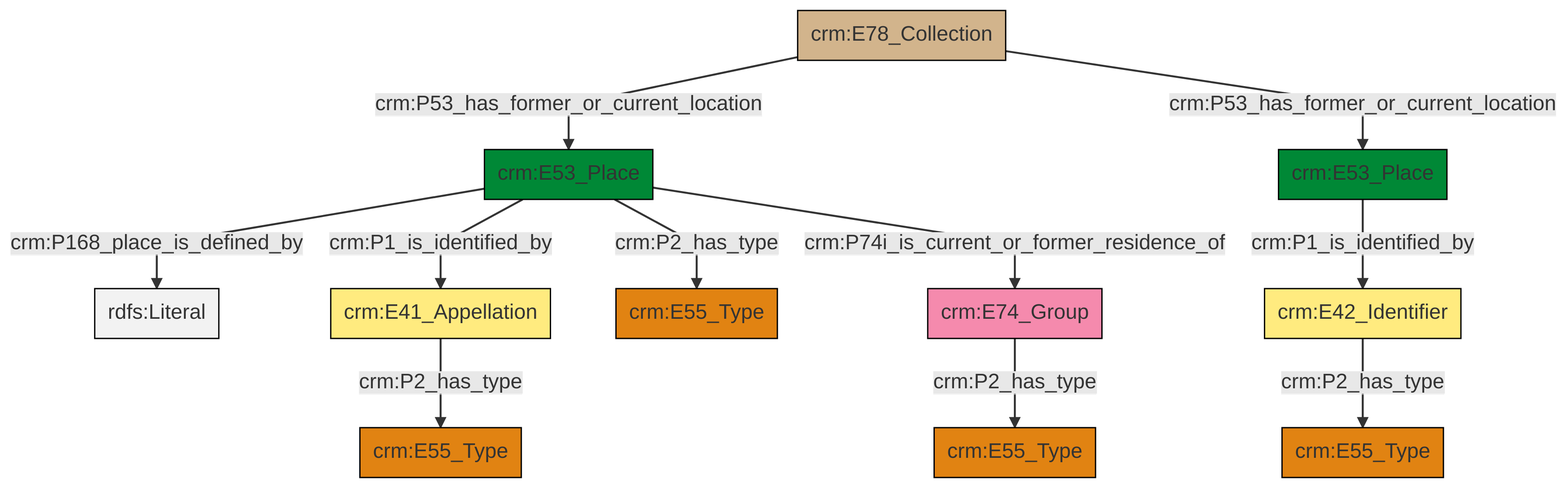
swiss-art-research-net/docs.swissartresearch keeps this Mermaid diagram as et/archivalCSV/ttl/mmd/png/archival_location.png. Above is the earlier version. Its source is kept beside it as et/archivalCSV/ttl/mmd/archival_location.ttl.mmd.
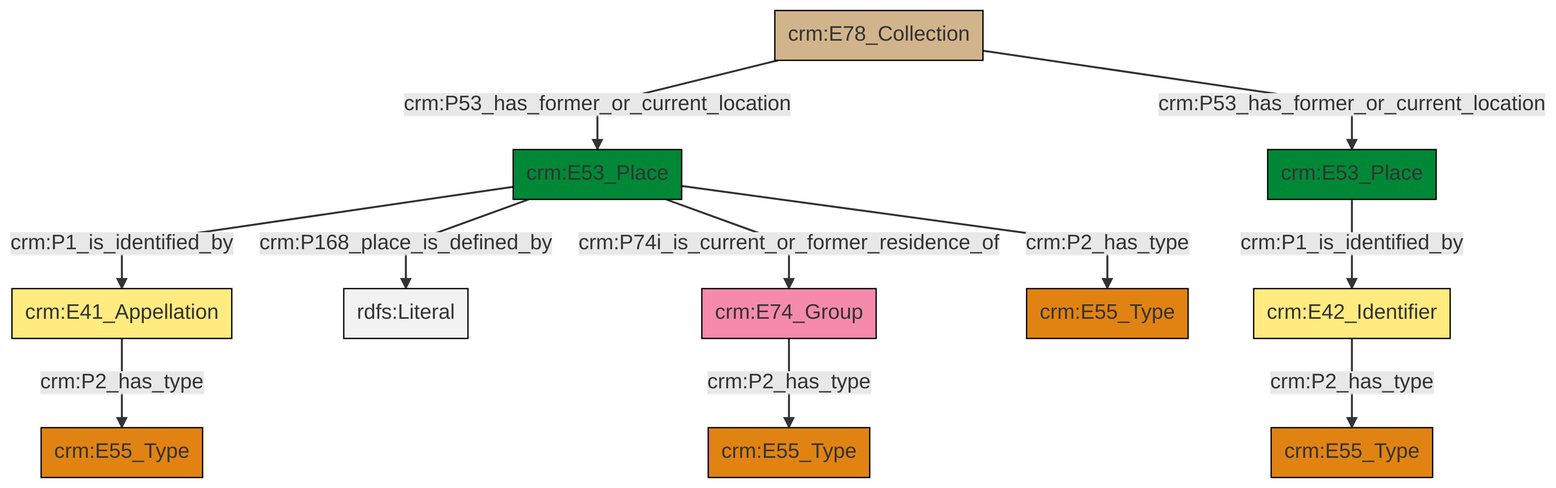
Later version of the same file.

Change to the diagram source:
```diff
@@ -13,13 +13,13 @@
 classDef PC_Classes fill:#4ce600, stroke:#000000;
 classDef Multi fill:#cccccc,stroke:#000000;
 
-4["crm:E41_Appellation"]:::Appellation -->|crm:P2_has_type| 5["crm:E55_Type"]:::Type
-9["crm:E53_Place"]:::Place -->|crm:P168_place_is_defined_by| 13[rdfs:Literal]:::Literal
-9["crm:E53_Place"]:::Place -->|crm:P1_is_identified_by| 4["crm:E41_Appellation"]:::Appellation
-6["crm:E42_Identifier"]:::Appellation -->|crm:P2_has_type| 0["crm:E55_Type"]:::Type
-2["crm:E53_Place"]:::Place -->|crm:P1_is_identified_by| 6["crm:E42_Identifier"]:::Appellation
-20["crm:E78_Collection"]:::Physical_Thing -->|crm:P53_has_former_or_current_location| 9["crm:E53_Place"]:::Place
-20["crm:E78_Collection"]:::Physical_Thing -->|crm:P53_has_former_or_current_location| 2["crm:E53_Place"]:::Place
-9["crm:E53_Place"]:::Place -->|crm:P2_has_type| 18["crm:E55_Type"]:::Type
-14["crm:E74_Group"]:::Actor -->|crm:P2_has_type| 16["crm:E55_Type"]:::Type
-9["crm:E53_Place"]:::Place -->|crm:P74i_is_current_or_former_residence_of| 14["crm:E74_Group"]:::Actor
+0["crm:E53_Place"]:::Place -->|crm:P1_is_identified_by| 1["crm:E41_Appellation"]:::Appellation
+0["crm:E53_Place"]:::Place -->|crm:P168_place_is_defined_by| 4[rdfs:Literal]:::Literal
+0["crm:E53_Place"]:::Place -->|crm:P74i_is_current_or_former_residence_of| 7["crm:E74_Group"]:::Actor
+9["crm:E78_Collection"]:::Physical_Thing -->|crm:P53_has_former_or_current_location| 0["crm:E53_Place"]:::Place
+7["crm:E74_Group"]:::Actor -->|crm:P2_has_type| 14["crm:E55_Type"]:::Type
+9["crm:E78_Collection"]:::Physical_Thing -->|crm:P53_has_former_or_current_location| 2["crm:E53_Place"]:::Place
+19["crm:E42_Identifier"]:::Appellation -->|crm:P2_has_type| 12["crm:E55_Type"]:::Type
+0["crm:E53_Place"]:::Place -->|crm:P2_has_type| 20["crm:E55_Type"]:::Type
+2["crm:E53_Place"]:::Place -->|crm:P1_is_identified_by| 19["crm:E42_Identifier"]:::Appellation
+1["crm:E41_Appellation"]:::Appellation -->|crm:P2_has_type| 5["crm:E55_Type"]:::Type
```
